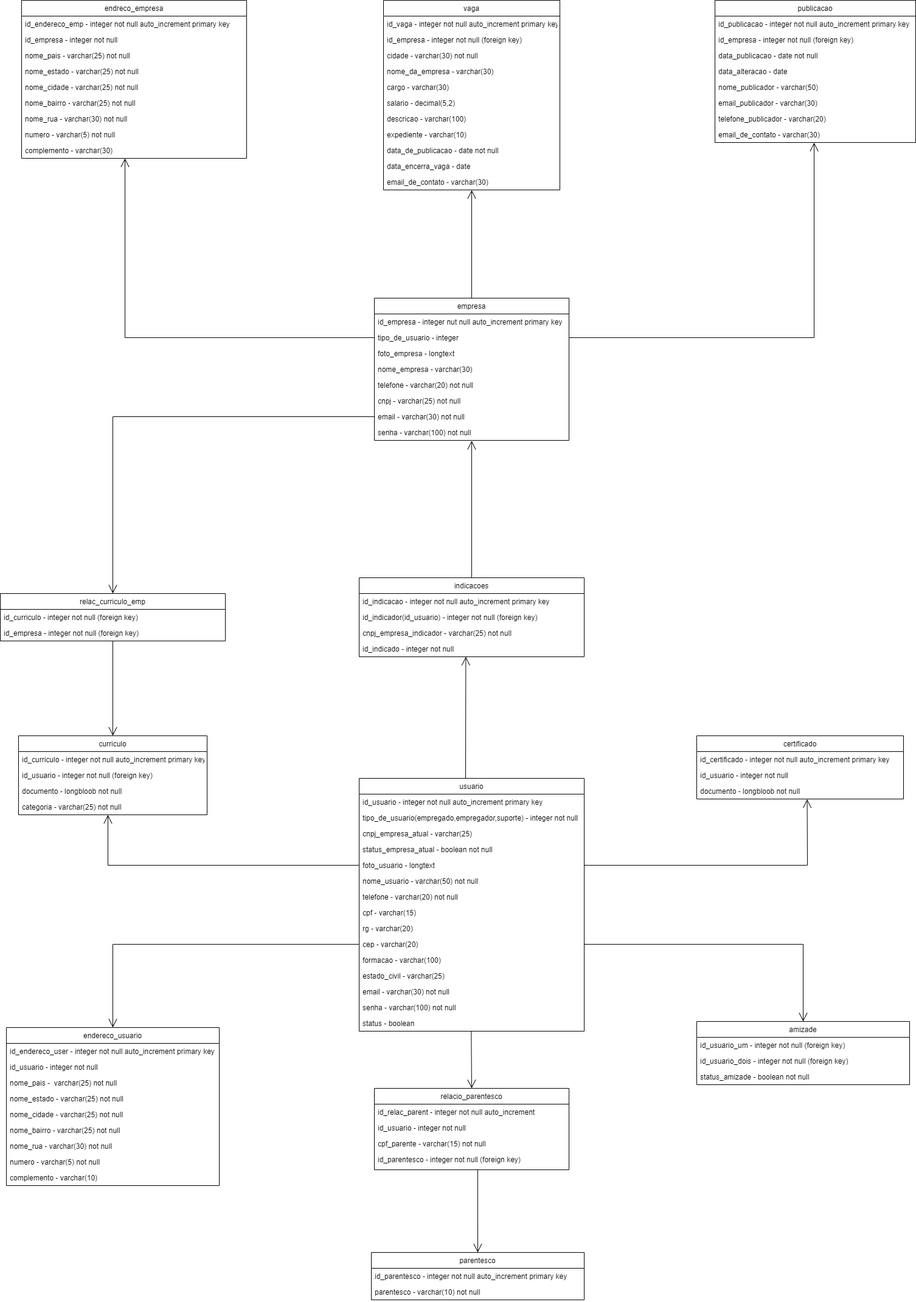
diogohmedeiros/indev keeps this draw.io diagram as documentos/diagramas/uml_projeto_img.drawio.png. Above is the earlier version. Source tidied: cells renumbered, new cells last; positions are measured from the earlier drawing's top-left corner, leaving out a move shared by most shapes.
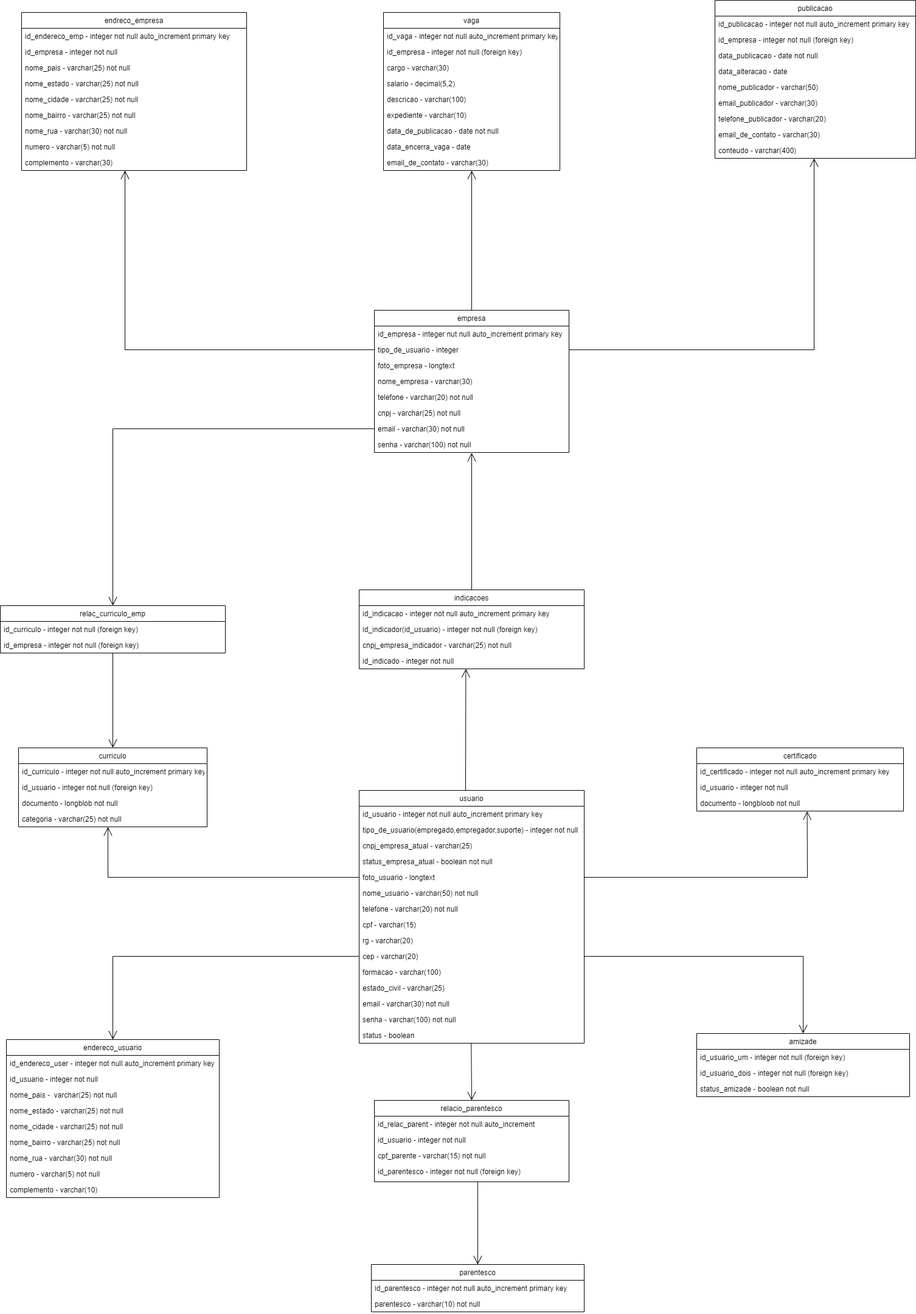
After the commit.

The edit, as a diff of the source:
```diff
@@ -86,7 +86,7 @@
       </mxGeometry>
     </mxCell>
     <mxCell id="28" value="vaga" style="swimlane;fontStyle=0;horizontal=1;startSize=26;fillColor=none;" parent="1" vertex="1">
-      <mxGeometry x="630" width="290" height="312" as="geometry" />
+      <mxGeometry x="630" width="290" height="260" as="geometry" />
     </mxCell>
     <mxCell id="29" value="id_vaga - integer not null auto_increment primary key" style="text;strokeColor=none;fillColor=none;align=left;verticalAlign=top;spacingLeft=4;spacingRight=4;overflow=hidden;" parent="28" vertex="1">
       <mxGeometry y="26" width="290" height="26" as="geometry" />
@@ -94,35 +94,29 @@
     <mxCell id="30" value="id_empresa - integer not null (foreign key)" style="text;strokeColor=none;fillColor=none;align=left;verticalAlign=top;spacingLeft=4;spacingRight=4;overflow=hidden;" parent="28" vertex="1">
       <mxGeometry y="52" width="290" height="26" as="geometry" />
     </mxCell>
-    <mxCell id="31" value="cidade - varchar(30) not null" style="text;strokeColor=none;fillColor=none;align=left;verticalAlign=top;spacingLeft=4;spacingRight=4;overflow=hidden;" parent="28" vertex="1">
-      <mxGeometry y="78" width="290" height="26" as="geometry" />
-    </mxCell>
-    <mxCell id="32" value="nome_da_empresa - varchar(30) " style="text;strokeColor=none;fillColor=none;align=left;verticalAlign=top;spacingLeft=4;spacingRight=4;overflow=hidden;" parent="28" vertex="1">
-      <mxGeometry y="104" width="290" height="26" as="geometry" />
-    </mxCell>
     <mxCell id="33" value="cargo - varchar(30)" style="text;strokeColor=none;fillColor=none;align=left;verticalAlign=top;spacingLeft=4;spacingRight=4;overflow=hidden;" parent="28" vertex="1">
-      <mxGeometry y="130" width="290" height="26" as="geometry" />
+      <mxGeometry y="78" width="290" height="26" as="geometry" />
     </mxCell>
     <mxCell id="34" value="salario - decimal(5,2)" style="text;strokeColor=none;fillColor=none;align=left;verticalAlign=top;spacingLeft=4;spacingRight=4;overflow=hidden;" parent="28" vertex="1">
-      <mxGeometry y="156" width="290" height="26" as="geometry" />
+      <mxGeometry y="104" width="290" height="26" as="geometry" />
     </mxCell>
     <mxCell id="35" value="descricao - varchar(100)" style="text;strokeColor=none;fillColor=none;align=left;verticalAlign=top;spacingLeft=4;spacingRight=4;overflow=hidden;" parent="28" vertex="1">
-      <mxGeometry y="182" width="290" height="26" as="geometry" />
+      <mxGeometry y="130" width="290" height="26" as="geometry" />
     </mxCell>
     <mxCell id="36" value="expediente - varchar(10)" style="text;strokeColor=none;fillColor=none;align=left;verticalAlign=top;spacingLeft=4;spacingRight=4;overflow=hidden;" parent="28" vertex="1">
-      <mxGeometry y="208" width="290" height="26" as="geometry" />
+      <mxGeometry y="156" width="290" height="26" as="geometry" />
     </mxCell>
     <mxCell id="37" value="data_de_publicacao - date not null" style="text;strokeColor=none;fillColor=none;align=left;verticalAlign=top;spacingLeft=4;spacingRight=4;overflow=hidden;" parent="28" vertex="1">
-      <mxGeometry y="234" width="290" height="26" as="geometry" />
+      <mxGeometry y="182" width="290" height="26" as="geometry" />
     </mxCell>
     <mxCell id="38" value="data_encerra_vaga - date" style="text;strokeColor=none;fillColor=none;align=left;verticalAlign=top;spacingLeft=4;spacingRight=4;overflow=hidden;" parent="28" vertex="1">
-      <mxGeometry y="260" width="290" height="26" as="geometry" />
+      <mxGeometry y="208" width="290" height="26" as="geometry" />
     </mxCell>
     <mxCell id="39" value="email_de_contato - varchar(30)" style="text;strokeColor=none;fillColor=none;align=left;verticalAlign=top;spacingLeft=4;spacingRight=4;overflow=hidden;points=[[0,0.5],[1,0.5]];portConstraint=eastwest;" parent="28" vertex="1">
-      <mxGeometry y="286" width="290" height="26" as="geometry" />
+      <mxGeometry y="234" width="290" height="26" as="geometry" />
     </mxCell>
     <mxCell id="40" value="publicacao" style="swimlane;fontStyle=0;horizontal=1;startSize=26;fillColor=none;" parent="1" vertex="1">
-      <mxGeometry x="1175" width="330" height="234" as="geometry" />
+      <mxGeometry x="1175" y="-20" width="330" height="260" as="geometry" />
     </mxCell>
     <mxCell id="41" value="id_publicacao - integer not null auto_increment primary key" style="text;strokeColor=none;fillColor=none;align=left;verticalAlign=top;spacingLeft=4;spacingRight=4;overflow=hidden;" parent="40" vertex="1">
       <mxGeometry y="26" width="330" height="26" as="geometry" />
@@ -148,6 +142,9 @@
     <mxCell id="48" value="email_de_contato - varchar(30)" style="text;strokeColor=none;fillColor=none;align=left;verticalAlign=top;spacingLeft=4;spacingRight=4;overflow=hidden;points=[[0,0.5],[1,0.5]];portConstraint=eastwest;" parent="40" vertex="1">
       <mxGeometry y="208" width="330" height="26" as="geometry" />
     </mxCell>
+    <mxCell id="110" value="conteudo - varchar(400)" style="text;strokeColor=none;fillColor=none;align=left;verticalAlign=top;spacingLeft=4;spacingRight=4;overflow=hidden;" parent="40" vertex="1">
+      <mxGeometry y="234" width="330" height="26" as="geometry" />
+    </mxCell>
     <mxCell id="49" value="curriculo" style="swimlane;fontStyle=0;horizontal=1;startSize=26;fillColor=none;" parent="1" vertex="1">
       <mxGeometry x="30" y="1210" width="310" height="130" as="geometry" />
     </mxCell>
@@ -157,7 +154,7 @@
     <mxCell id="51" value="id_usuario - integer not null (foreign key)" style="text;strokeColor=none;fillColor=none;align=left;verticalAlign=top;spacingLeft=4;spacingRight=4;overflow=hidden;" parent="49" vertex="1">
       <mxGeometry y="52" width="310" height="26" as="geometry" />
     </mxCell>
-    <mxCell id="52" value="documento - longbloob not null" style="text;strokeColor=none;fillColor=none;align=left;verticalAlign=top;spacingLeft=4;spacingRight=4;overflow=hidden;" parent="49" vertex="1">
+    <mxCell id="52" value="documento - longblob not null" style="text;strokeColor=none;fillColor=none;align=left;verticalAlign=top;spacingLeft=4;spacingRight=4;overflow=hidden;" parent="49" vertex="1">
       <mxGeometry y="78" width="310" height="26" as="geometry" />
     </mxCell>
     <mxCell id="53" value="categoria - varchar(25) not null" style="text;strokeColor=none;fillColor=none;align=left;verticalAlign=top;spacingLeft=4;spacingRight=4;overflow=hidden;points=[[0,0.5],[1,0.5]];portConstraint=eastwest;" parent="49" vertex="1">
@@ -308,8 +305,9 @@
     <mxCell id="100" style="endArrow=open;endFill=1;endSize=12;html=1;rounded=0;entryX=0.5;entryY=1.007;entryDx=0;entryDy=0;entryPerimeter=0;" parent="1" edge="1" source="18" target="39">
       <mxGeometry relative="1" as="geometry" />
     </mxCell>
-    <mxCell id="101" style="endArrow=open;endFill=1;endSize=12;html=1;rounded=0;exitX=1;exitY=0.5;exitDx=0;exitDy=0;entryX=0.494;entryY=1.008;entryDx=0;entryDy=0;entryPerimeter=0;" parent="1" edge="1" source="20" target="48">
+    <mxCell id="101" style="endArrow=open;endFill=1;endSize=12;html=1;rounded=0;exitX=1;exitY=0.5;exitDx=0;exitDy=0;" parent="1" edge="1" source="20">
       <mxGeometry relative="1" as="geometry">
+        <mxPoint x="1338" y="240" as="targetPoint" />
         <Array as="points">
           <mxPoint x="1338" y="555" />
         </Array>
```
